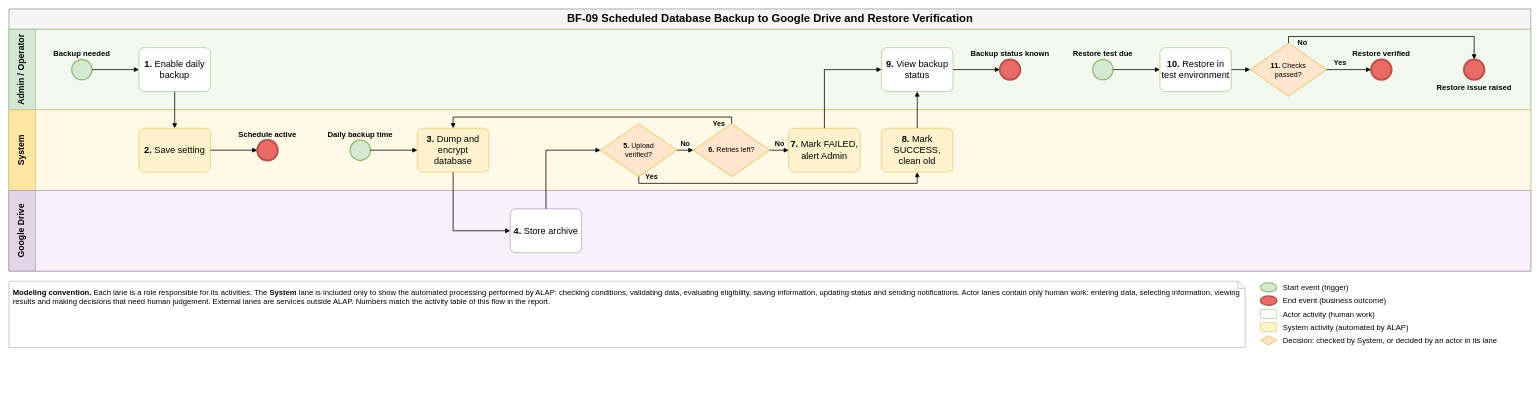
hygef-v4/AI-Powered-Learning-Platform keeps this draw.io diagram as aidlc-docs/inception/main-business-flows/BF-09-Scheduled-Backup-and-Restore-Verification.drawio. Above is the earlier version. Source tidied: cells renumbered, new cells numbered last; positions are measured from the earlier drawing's top-left corner, leaving out a move shared by most shapes. Both pictures are drawn from the tidied source at 51%, with x=0, y=0 at pixel (9, 9).
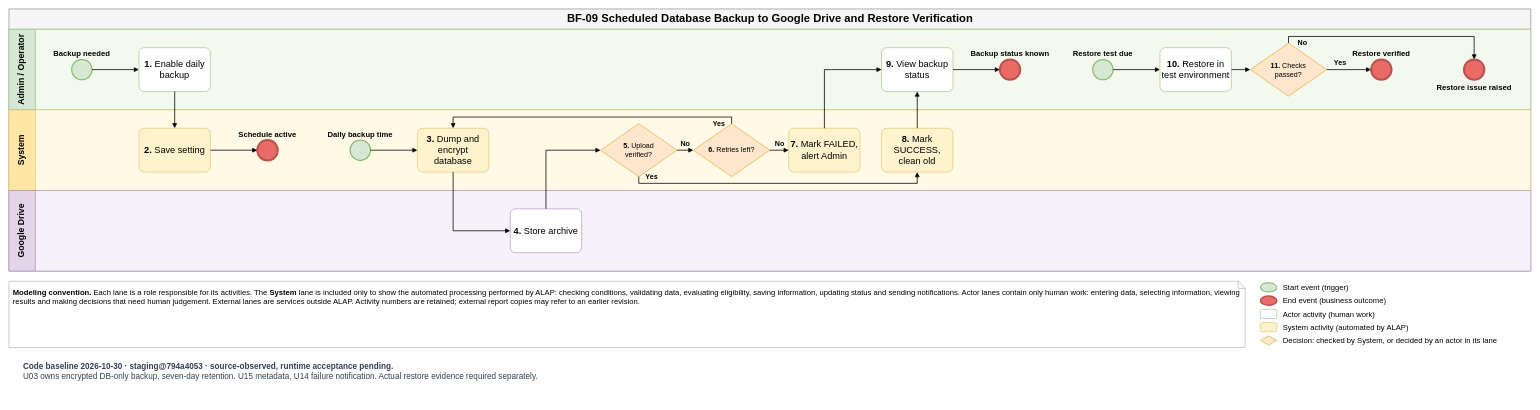
The same page after the edit.

What changed in the source:
```diff
@@
-    <mxCell id="41" value="&lt;b&gt;Modeling convention.&lt;/b&gt; Each lane is a role responsible for its activities. The &lt;b&gt;System&lt;/b&gt; lane is included only to show the automated processing performed by ALAP: checking conditions, validating data, evaluating eligibility, saving information, updating status and sending notifications. Actor lanes contain only human work: entering data, selecting information, viewing results and making decisions that need human judgement. External lanes are services outside ALAP. Numbers match the activity table of this flow in the report." style="shape=note;whiteSpace=wrap;html=1;size=14;fillColor=#FFFFFF;strokeColor=#999999;fontSize=15;align=left;verticalAlign=top;spacing=8;" parent="1" vertex="1">
+    <mxCell id="41" value="&lt;b&gt;Modeling convention.&lt;/b&gt; Each lane is a role responsible for its activities. The &lt;b&gt;System&lt;/b&gt; lane is included only to show the automated processing performed by ALAP: checking conditions, validating data, evaluating eligibility, saving information, updating status and sending notifications. Actor lanes contain only human work: entering data, selecting information, viewing results and making decisions that need human judgement. External lanes are services outside ALAP. Activity numbers are retained; external report copies may refer to an earlier revision." style="shape=note;whiteSpace=wrap;html=1;size=14;fillColor=#FFFFFF;strokeColor=#999999;fontSize=15;align=left;verticalAlign=top;spacing=8;" parent="1" vertex="1">
       <mxGeometry y="534" width="2424" height="130" as="geometry" />
     </mxCell>
@@
+    <mxCell id="52" value="&lt;b&gt;Code baseline 2026-10-30 · staging@794a4053 · source-observed, runtime acceptance pending.&lt;/b&gt;&lt;br&gt;U03 owns encrypted DB-only backup, seven-day retention. U15 metadata, U14 failure notification. Actual restore evidence required separately." style="text;html=1;whiteSpace=wrap;align=left;verticalAlign=top;fontSize=16;fontColor=#334155;spacing=8;" parent="1" vertex="1">
+      <mxGeometry x="20" y="679" width="2944" height="90" as="geometry" />
+    </mxCell>
```
